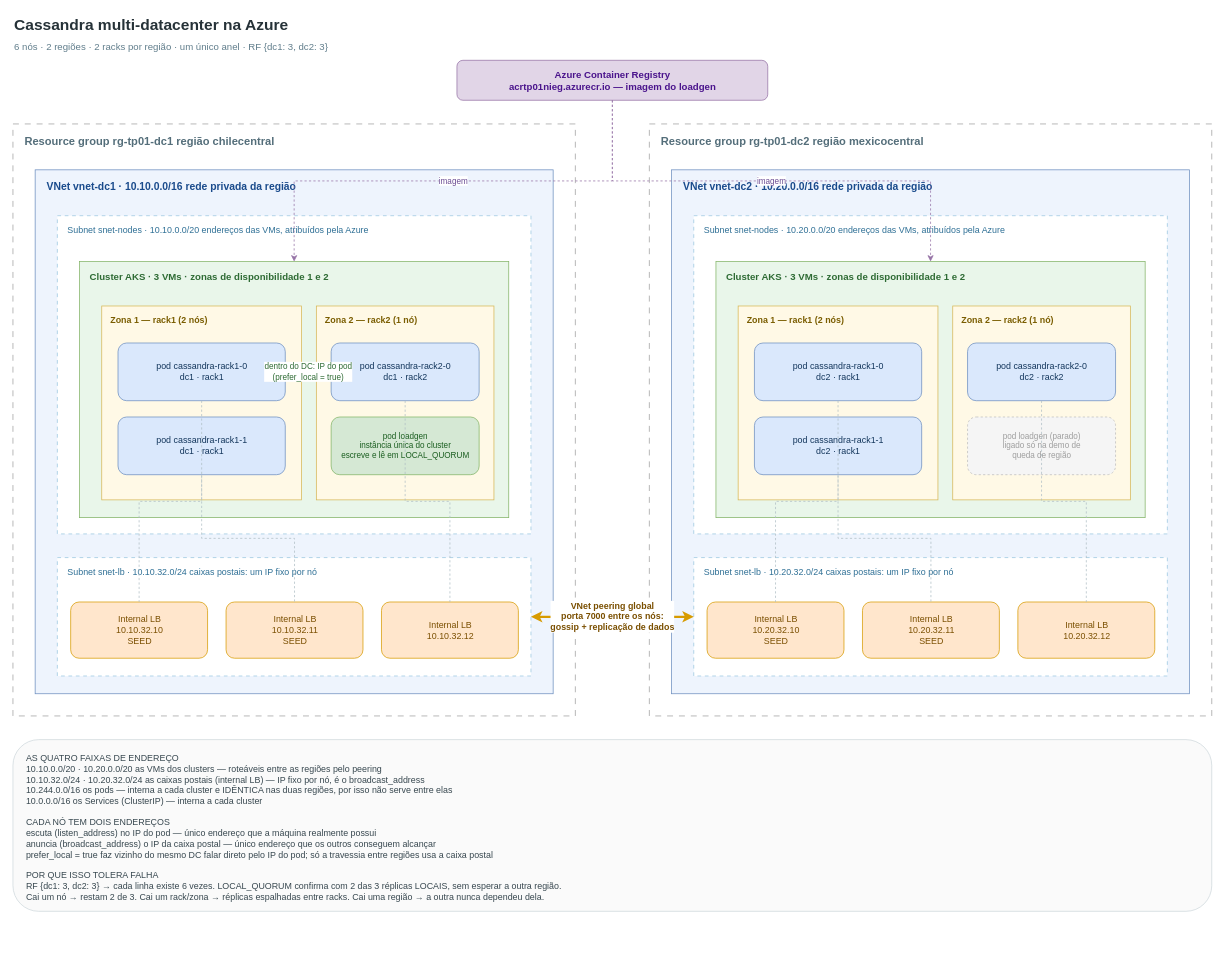
EduardoGPS-18/cassandra-poc keeps this draw.io diagram as docs/arquitetura-multidc.drawio. Above is the earlier version. Source tidied: cells renumbered, new cells numbered last; positions are measured from the earlier drawing's top-left corner, leaving out a move shared by most shapes. Both pictures are drawn from the tidied source at 74%, with x=0, y=0 at pixel (13, 13).
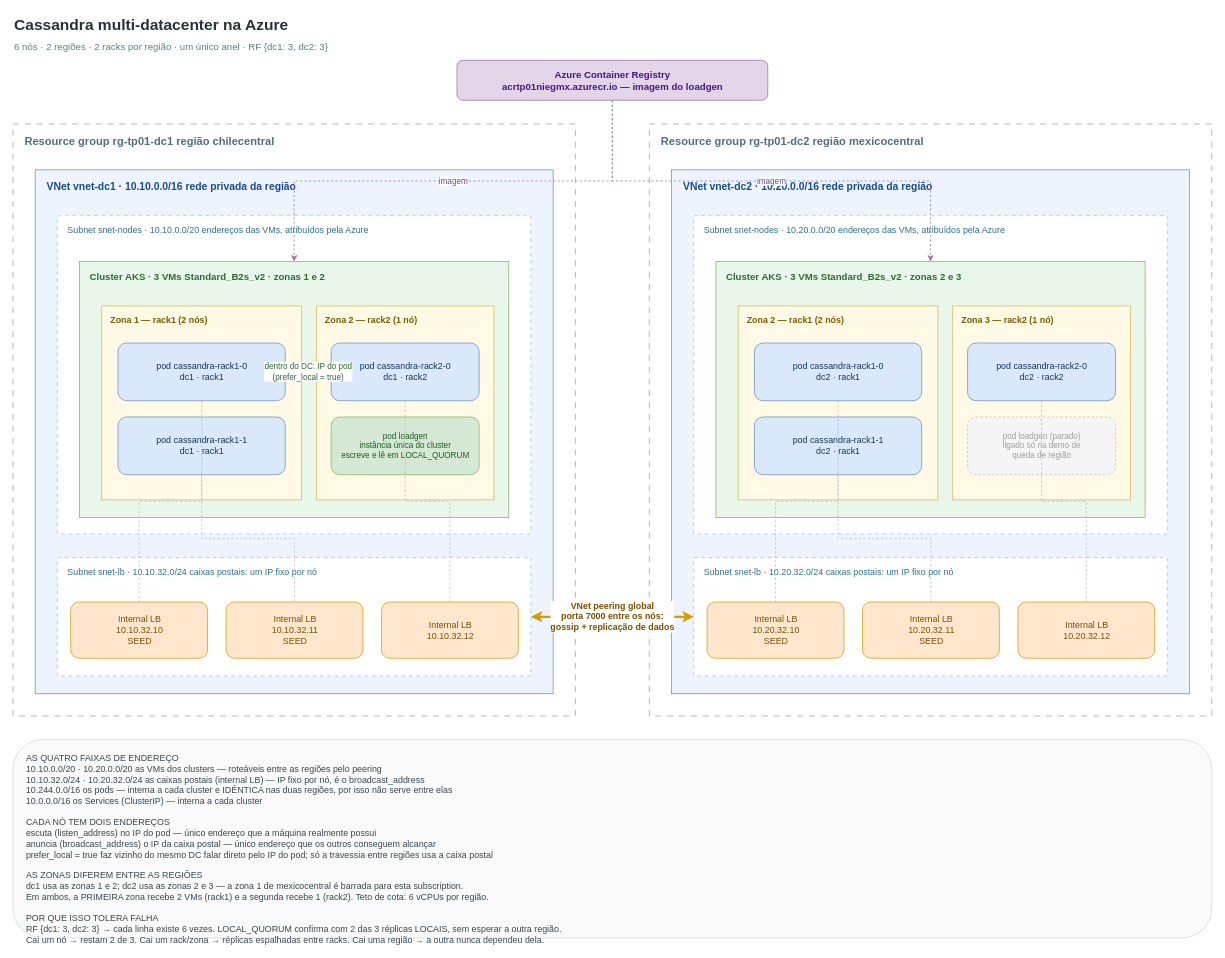
After the change.

Commit message (it also covers changes not shown here):
fix(loadgen): estrategia Recreate, contagem de nos por DC, zona do dc2

Change to the diagram source:
```diff
@@
-    <mxCell id="4" value="Azure Container Registry&lt;br&gt;acrtp01nieg.azurecr.io — imagem do loadgen" style="rounded=1;html=1;fillColor=#E1D5E7;strokeColor=#9673A6;fontSize=13;fontStyle=1;fontColor=#4A148C;" parent="1" vertex="1">
+    <mxCell id="4" value="Azure Container Registry&lt;br&gt;acrtp01niegmx.azurecr.io — imagem do loadgen" style="rounded=1;html=1;fillColor=#E1D5E7;strokeColor=#9673A6;fontSize=13;fontStyle=1;fontColor=#4A148C;" parent="1" vertex="1">
       <mxGeometry x="600" y="64" width="420" height="54" as="geometry" />
     </mxCell>
@@
-    <mxCell id="8" value="Cluster AKS  ·  3 VMs  ·  zonas de disponibilidade 1 e 2" style="rounded=0;html=1;fillColor=#E9F6EA;strokeColor=#82B366;verticalAlign=top;align=left;spacingLeft=12;spacingTop=6;fontSize=13;fontStyle=1;fontColor=#2E6B34;" parent="1" vertex="1">
+    <mxCell id="8" value="Cluster AKS  ·  3 VMs Standard_B2s_v2  ·  zonas 1 e 2" style="rounded=0;html=1;fillColor=#E9F6EA;strokeColor=#82B366;verticalAlign=top;align=left;spacingLeft=12;spacingTop=6;fontSize=13;fontStyle=1;fontColor=#2E6B34;" parent="1" vertex="1">
       <mxGeometry x="90" y="336" width="580" height="346" as="geometry" />
     </mxCell>
@@
-    <mxCell id="26" value="Cluster AKS  ·  3 VMs  ·  zonas de disponibilidade 1 e 2" style="rounded=0;html=1;fillColor=#E9F6EA;strokeColor=#82B366;verticalAlign=top;align=left;spacingLeft=12;spacingTop=6;fontSize=13;fontStyle=1;fontColor=#2E6B34;" parent="1" vertex="1">
+    <mxCell id="26" value="Cluster AKS  ·  3 VMs Standard_B2s_v2  ·  zonas 2 e 3" style="rounded=0;html=1;fillColor=#E9F6EA;strokeColor=#82B366;verticalAlign=top;align=left;spacingLeft=12;spacingTop=6;fontSize=13;fontStyle=1;fontColor=#2E6B34;" parent="1" vertex="1">
       <mxGeometry x="950" y="336" width="580" height="346" as="geometry" />
     </mxCell>
-    <mxCell id="27" value="Zona 1   —   rack1  (2 nós)" style="rounded=0;html=1;fillColor=#FFF9E6;strokeColor=#D6B656;verticalAlign=top;align=left;spacingLeft=10;spacingTop=6;fontSize=12;fontStyle=1;fontColor=#7A5D00;" parent="1" vertex="1">
+    <mxCell id="27" value="Zona 2   —   rack1  (2 nós)" style="rounded=0;html=1;fillColor=#FFF9E6;strokeColor=#D6B656;verticalAlign=top;align=left;spacingLeft=10;spacingTop=6;fontSize=12;fontStyle=1;fontColor=#7A5D00;" parent="1" vertex="1">
       <mxGeometry x="980" y="396" width="270" height="262" as="geometry" />
     </mxCell>
@@
-    <mxCell id="30" value="Zona 2   —   rack2  (1 nó)" style="rounded=0;html=1;fillColor=#FFF9E6;strokeColor=#D6B656;verticalAlign=top;align=left;spacingLeft=10;spacingTop=6;fontSize=12;fontStyle=1;fontColor=#7A5D00;" parent="1" vertex="1">
+    <mxCell id="30" value="Zona 3   —   rack2  (1 nó)" style="rounded=0;html=1;fillColor=#FFF9E6;strokeColor=#D6B656;verticalAlign=top;align=left;spacingLeft=10;spacingTop=6;fontSize=12;fontStyle=1;fontColor=#7A5D00;" parent="1" vertex="1">
       <mxGeometry x="1270" y="396" width="240" height="262" as="geometry" />
     </mxCell>
@@
-    <mxCell id="43" value="AS QUATRO FAIXAS DE ENDEREÇO&lt;br&gt;    10.10.0.0/20  ·  10.20.0.0/20      as VMs dos clusters — roteáveis entre as regiões pelo peering&lt;br&gt;    10.10.32.0/24 ·  10.20.32.0/24     as caixas postais (internal LB) — IP fixo por nó, é o broadcast_address&lt;br&gt;    10.244.0.0/16                      os pods — interna a cada cluster e IDÊNTICA nas duas regiões, por isso não serve entre elas&lt;br&gt;    10.0.0.0/16                        os Services (ClusterIP) — interna a cada cluster&lt;br&gt;&lt;br&gt;CADA NÓ TEM DOIS ENDEREÇOS&lt;br&gt;    escuta (listen_address) no IP do pod — único endereço que a máquina realmente possui&lt;br&gt;    anuncia (broadcast_address) o IP da caixa postal — único endereço que os outros conseguem alcançar&lt;br&gt;    prefer_local = true faz vizinho do mesmo DC falar direto pelo IP do pod; só a travessia entre regiões usa a caixa postal&lt;br&gt;&lt;br&gt;POR QUE ISSO TOLERA FALHA&lt;br&gt;    RF {dc1: 3, dc2: 3} → cada linha existe 6 vezes.  LOCAL_QUORUM confirma com 2 das 3 réplicas LOCAIS, sem esperar a outra região.&lt;br&gt;    Cai um nó → restam 2 de 3.      Cai um rack/zona → réplicas espalhadas entre racks.      Cai uma região → a outra nunca dependeu dela." style="rounded=1;html=1;fillColor=#FAFAFA;strokeColor=#CFD8DC;align=left;verticalAlign=top;spacingLeft=16;spacingTop=12;fontSize=12;fontColor=#37474F;" parent="1" vertex="1">
-      <mxGeometry y="982" width="1620" height="232" as="geometry" />
+    <mxCell id="43" value="AS QUATRO FAIXAS DE ENDEREÇO&lt;br&gt;    10.10.0.0/20  ·  10.20.0.0/20      as VMs dos clusters — roteáveis entre as regiões pelo peering&lt;br&gt;    10.10.32.0/24 ·  10.20.32.0/24     as caixas postais (internal LB) — IP fixo por nó, é o broadcast_address&lt;br&gt;    10.244.0.0/16                      os pods — interna a cada cluster e IDÊNTICA nas duas regiões, por isso não serve entre elas&lt;br&gt;    10.0.0.0/16                        os Services (ClusterIP) — interna a cada cluster&lt;br&gt;&lt;br&gt;CADA NÓ TEM DOIS ENDEREÇOS&lt;br&gt;    escuta (listen_address) no IP do pod — único endereço que a máquina realmente possui&lt;br&gt;    anuncia (broadcast_address) o IP da caixa postal — único endereço que os outros conseguem alcançar&lt;br&gt;    prefer_local = true faz vizinho do mesmo DC falar direto pelo IP do pod; só a travessia entre regiões usa a caixa postal&lt;br&gt;&lt;br&gt;AS ZONAS DIFEREM ENTRE AS REGIÕES&lt;br&gt;    dc1 usa as zonas 1 e 2;  dc2 usa as zonas 2 e 3 — a zona 1 de mexicocentral é barrada para esta subscription.&lt;br&gt;    Em ambos, a PRIMEIRA zona recebe 2 VMs (rack1) e a segunda recebe 1 (rack2). Teto de cota: 6 vCPUs por região.&lt;br&gt;&lt;br&gt;POR QUE ISSO TOLERA FALHA&lt;br&gt;    RF {dc1: 3, dc2: 3} → cada linha existe 6 vezes.  LOCAL_QUORUM confirma com 2 das 3 réplicas LOCAIS, sem esperar a outra região.&lt;br&gt;    Cai um nó → restam 2 de 3.      Cai um rack/zona → réplicas espalhadas entre racks.      Cai uma região → a outra nunca dependeu dela." style="rounded=1;html=1;fillColor=#FAFAFA;strokeColor=#CFD8DC;align=left;verticalAlign=top;spacingLeft=16;spacingTop=12;fontSize=12;fontColor=#37474F;" parent="1" vertex="1">
+      <mxGeometry y="982" width="1620" height="268" as="geometry" />
     </mxCell>
```
